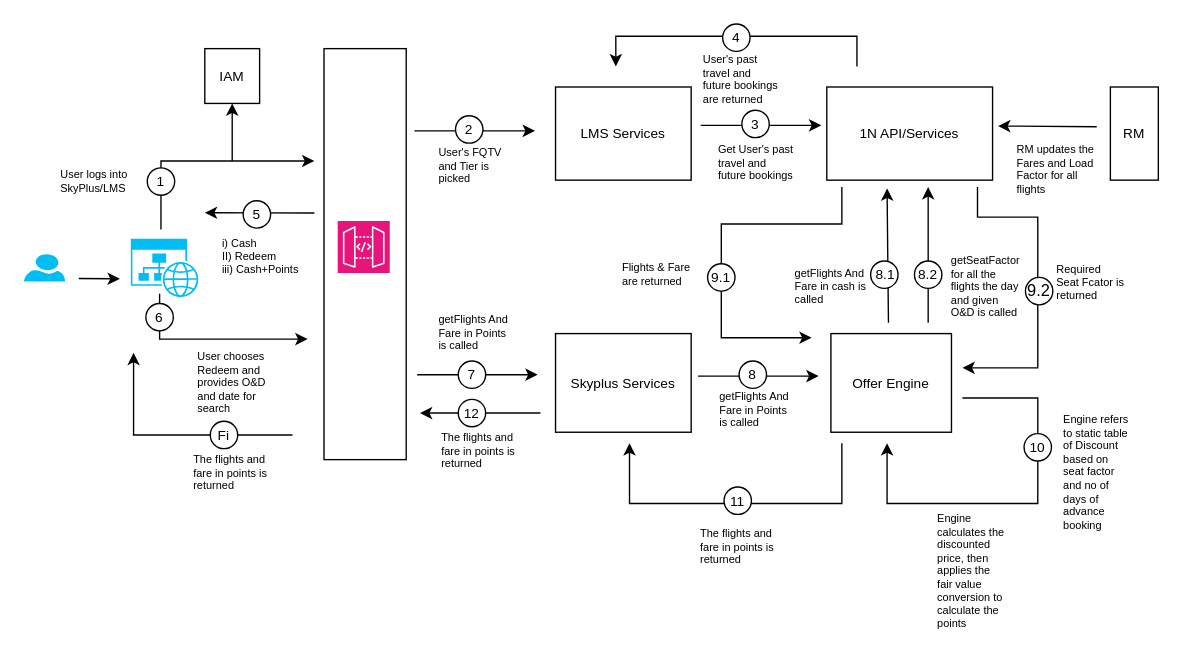
Earlier version of the draw.io diagram page "Page-1" (1 of 2) of Copy of LM Data Flow.drawio (nchauhan4/drawings). Source tidied: cells renumbered, new cells numbered last; positions are measured from the earlier drawing's top-left corner, leaving out a move shared by most shapes. Both pictures are drawn from the tidied source at 137%, with x=0, y=0 at pixel (23, 23).
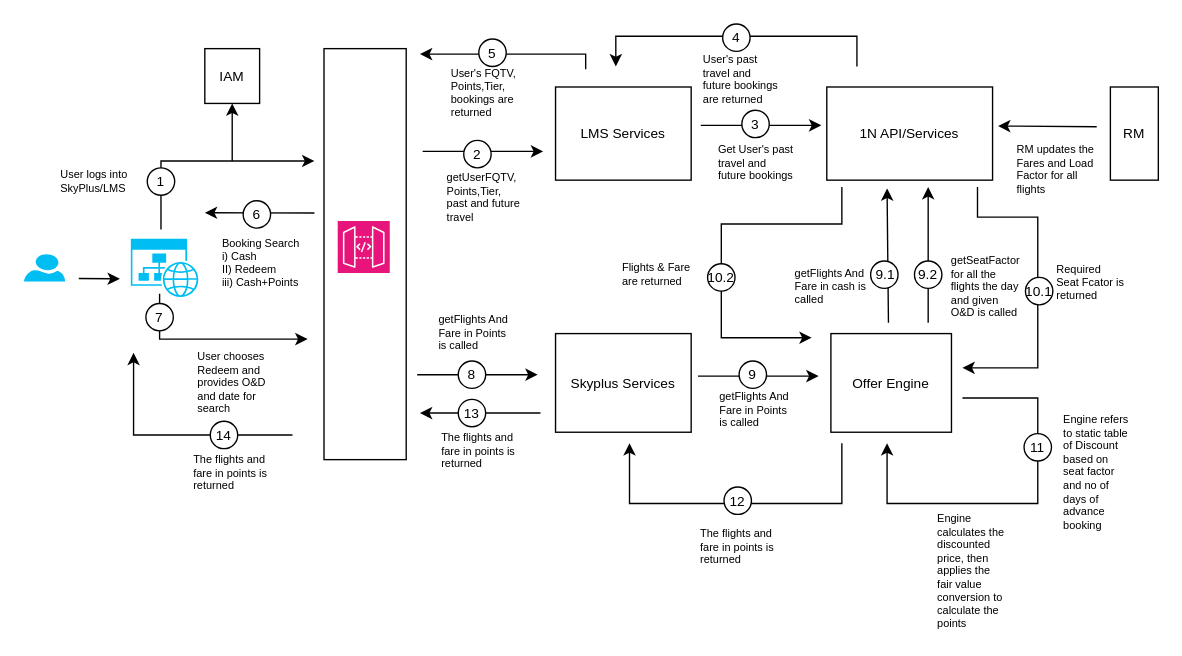
Above is the later version.

Diff of the diagram source:
```diff
@@
-    <mxCell id="9" value="i) Cash&lt;br&gt;II) Redeem&lt;br&gt;iii) Cash+Points" style="text;html=1;strokeColor=none;fillColor=none;align=left;verticalAlign=top;whiteSpace=wrap;rounded=0;fontSize=8;" parent="1" vertex="1">
+    <mxCell id="9" value="Booking Search&lt;br&gt;i) Cash&lt;br&gt;II) Redeem&lt;br&gt;iii) Cash+Points" style="text;html=1;strokeColor=none;fillColor=none;align=left;verticalAlign=top;whiteSpace=wrap;rounded=0;fontSize=8;" parent="1" vertex="1">
       <mxGeometry x="142.5" y="149" width="58.5" height="47" as="geometry" />
     </mxCell>
@@
-    <mxCell id="14" value="&lt;font style=&quot;font-size: 10px;&quot;&gt;5&lt;/font&gt;" style="text;html=1;strokeColor=none;fillColor=none;align=center;verticalAlign=middle;whiteSpace=wrap;rounded=0;" parent="1" vertex="1">
+    <mxCell id="14" value="&lt;font style=&quot;font-size: 10px;&quot;&gt;6&lt;/font&gt;" style="text;html=1;strokeColor=none;fillColor=none;align=center;verticalAlign=middle;whiteSpace=wrap;rounded=0;" parent="1" vertex="1">
       <mxGeometry x="155" y="129" width="30" height="20" as="geometry" />
     </mxCell>
@@
-    <mxCell id="20" value="&lt;font style=&quot;font-size: 10px;&quot;&gt;6&lt;/font&gt;" style="text;html=1;strokeColor=none;fillColor=none;align=center;verticalAlign=middle;whiteSpace=wrap;rounded=0;" parent="1" vertex="1">
+    <mxCell id="20" value="&lt;font style=&quot;font-size: 10px;&quot;&gt;7&lt;/font&gt;" style="text;html=1;strokeColor=none;fillColor=none;align=center;verticalAlign=middle;whiteSpace=wrap;rounded=0;" parent="1" vertex="1">
       <mxGeometry x="84" y="204" width="30" height="20" as="geometry" />
     </mxCell>
@@
     <mxCell id="25" style="endArrow=classic;html=1;rounded=0;" parent="1" edge="1">
       <mxGeometry relative="1" as="geometry">
-        <mxPoint x="285" y="78" as="sourcePoint" />
-        <mxPoint x="373" y="78" as="targetPoint" />
+        <mxPoint x="291" y="93" as="sourcePoint" />
+        <mxPoint x="379" y="93" as="targetPoint" />
       </mxGeometry>
     </mxCell>
@@
     <mxCell id="27" style="ellipse;whiteSpace=wrap;html=1;" parent="1" vertex="1">
-      <mxGeometry x="315" y="67" width="20" height="20" as="geometry" />
+      <mxGeometry x="321" y="85" width="20" height="20" as="geometry" />
     </mxCell>
     <mxCell id="28" value="&lt;font style=&quot;font-size: 10px;&quot;&gt;2&lt;/font&gt;" style="text;html=1;strokeColor=none;fillColor=none;align=center;verticalAlign=middle;whiteSpace=wrap;rounded=0;" parent="1" vertex="1">
-      <mxGeometry x="310" y="67" width="30" height="20" as="geometry" />
+      <mxGeometry x="316" y="85" width="30" height="20" as="geometry" />
     </mxCell>
-    <mxCell id="29" value="User's FQTV and Tier is picked" style="text;html=1;strokeColor=none;fillColor=none;align=left;verticalAlign=top;whiteSpace=wrap;rounded=0;fontSize=8;" parent="1" vertex="1">
-      <mxGeometry x="300.8" y="83" width="58.5" height="33" as="geometry" />
+    <mxCell id="29" value="getUserFQTV, Points,Tier, past and future travel" style="text;html=1;strokeColor=none;fillColor=none;align=left;verticalAlign=top;whiteSpace=wrap;rounded=0;fontSize=8;" parent="1" vertex="1">
+      <mxGeometry x="306.8" y="101" width="58.5" height="53" as="geometry" />
     </mxCell>
@@
-    <mxCell id="33" value="&lt;span style=&quot;font-size: 10px;&quot;&gt;8&lt;/span&gt;" style="text;html=1;strokeColor=none;fillColor=none;align=center;verticalAlign=middle;whiteSpace=wrap;rounded=0;" parent="1" vertex="1">
+    <mxCell id="33" value="&lt;span style=&quot;font-size: 10px;&quot;&gt;9&lt;/span&gt;" style="text;html=1;strokeColor=none;fillColor=none;align=center;verticalAlign=middle;whiteSpace=wrap;rounded=0;" parent="1" vertex="1">
       <mxGeometry x="517" y="246" width="30" height="20" as="geometry" />
     </mxCell>
@@
-    <mxCell id="37" value="&lt;font style=&quot;font-size: 10px;&quot;&gt;7&lt;/font&gt;" style="text;html=1;strokeColor=none;fillColor=none;align=center;verticalAlign=middle;whiteSpace=wrap;rounded=0;" parent="1" vertex="1">
+    <mxCell id="37" value="&lt;font style=&quot;font-size: 10px;&quot;&gt;8&lt;/font&gt;" style="text;html=1;strokeColor=none;fillColor=none;align=center;verticalAlign=middle;whiteSpace=wrap;rounded=0;" parent="1" vertex="1">
       <mxGeometry x="312" y="246" width="30" height="20" as="geometry" />
     </mxCell>
@@
-    <mxCell id="48" value="&lt;span style=&quot;font-size: 10px;&quot;&gt;8.1&lt;/span&gt;" style="text;html=1;strokeColor=none;fillColor=none;align=center;verticalAlign=middle;whiteSpace=wrap;rounded=0;" parent="1" vertex="1">
+    <mxCell id="48" value="&lt;span style=&quot;font-size: 10px;&quot;&gt;9.1&lt;/span&gt;" style="text;html=1;strokeColor=none;fillColor=none;align=center;verticalAlign=middle;whiteSpace=wrap;rounded=0;" parent="1" vertex="1">
       <mxGeometry x="614" y="173" width="30" height="20" as="geometry" />
     </mxCell>
@@
-    <mxCell id="51" value="&lt;span style=&quot;font-size: 10px;&quot;&gt;8.2&lt;/span&gt;" style="text;html=1;strokeColor=none;fillColor=none;align=center;verticalAlign=middle;whiteSpace=wrap;rounded=0;" parent="1" vertex="1">
+    <mxCell id="51" value="&lt;span style=&quot;font-size: 10px;&quot;&gt;9.2&lt;/span&gt;" style="text;html=1;strokeColor=none;fillColor=none;align=center;verticalAlign=middle;whiteSpace=wrap;rounded=0;" parent="1" vertex="1">
       <mxGeometry x="645" y="173" width="30" height="20" as="geometry" />
     </mxCell>
@@
-    <mxCell id="55" value="&lt;font style=&quot;font-size: 10px;&quot;&gt;9.1&lt;/font&gt;" style="text;html=1;strokeColor=none;fillColor=none;align=center;verticalAlign=middle;whiteSpace=wrap;rounded=0;" parent="1" vertex="1">
+    <mxCell id="55" value="&lt;font style=&quot;font-size: 10px;&quot;&gt;10.2&lt;/font&gt;" style="text;html=1;strokeColor=none;fillColor=none;align=center;verticalAlign=middle;whiteSpace=wrap;rounded=0;" parent="1" vertex="1">
       <mxGeometry x="494" y="175" width="30" height="20" as="geometry" />
     </mxCell>
@@
-    <mxCell id="57" value="9.2" style="ellipse;whiteSpace=wrap;html=1;" parent="1" vertex="1">
+    <mxCell id="57" value="&lt;font style=&quot;font-size: 10px;&quot;&gt;10.1&lt;/font&gt;" style="ellipse;whiteSpace=wrap;html=1;" parent="1" vertex="1">
       <mxGeometry x="731" y="185" width="20" height="20" as="geometry" />
     </mxCell>
@@
-    <mxCell id="61" value="&lt;font style=&quot;font-size: 10px;&quot;&gt;10&lt;/font&gt;" style="text;html=1;strokeColor=none;fillColor=none;align=center;verticalAlign=middle;whiteSpace=wrap;rounded=0;" parent="1" vertex="1">
+    <mxCell id="61" value="&lt;font style=&quot;font-size: 10px;&quot;&gt;11&lt;/font&gt;" style="text;html=1;strokeColor=none;fillColor=none;align=center;verticalAlign=middle;whiteSpace=wrap;rounded=0;" parent="1" vertex="1">
       <mxGeometry x="725" y="299" width="30" height="20" as="geometry" />
     </mxCell>
@@
-    <mxCell id="70" value="&lt;font style=&quot;font-size: 10px;&quot;&gt;11&lt;/font&gt;" style="text;html=1;strokeColor=none;fillColor=none;align=center;verticalAlign=middle;whiteSpace=wrap;rounded=0;" parent="1" vertex="1">
+    <mxCell id="70" value="&lt;font style=&quot;font-size: 10px;&quot;&gt;12&lt;/font&gt;" style="text;html=1;strokeColor=none;fillColor=none;align=center;verticalAlign=middle;whiteSpace=wrap;rounded=0;" parent="1" vertex="1">
       <mxGeometry x="506" y="338" width="30" height="20" as="geometry" />
     </mxCell>
@@
-    <mxCell id="74" value="&lt;font style=&quot;font-size: 10px;&quot;&gt;12&lt;/font&gt;" style="text;html=1;strokeColor=none;fillColor=none;align=center;verticalAlign=middle;whiteSpace=wrap;rounded=0;" parent="1" vertex="1">
+    <mxCell id="74" value="&lt;font style=&quot;font-size: 10px;&quot;&gt;13&lt;/font&gt;" style="text;html=1;strokeColor=none;fillColor=none;align=center;verticalAlign=middle;whiteSpace=wrap;rounded=0;" parent="1" vertex="1">
       <mxGeometry x="312" y="274" width="30" height="20" as="geometry" />
     </mxCell>
@@
-    <mxCell id="78" value="&lt;font style=&quot;font-size: 10px;&quot;&gt;Fi&lt;/font&gt;" style="text;html=1;strokeColor=none;fillColor=none;align=center;verticalAlign=middle;whiteSpace=wrap;rounded=0;" parent="1" vertex="1">
+    <mxCell id="78" value="&lt;font style=&quot;font-size: 10px;&quot;&gt;14&lt;/font&gt;" style="text;html=1;strokeColor=none;fillColor=none;align=center;verticalAlign=middle;whiteSpace=wrap;rounded=0;" parent="1" vertex="1">
       <mxGeometry x="131" y="290" width="30" height="20" as="geometry" />
     </mxCell>
@@
+    <mxCell id="80" style="endArrow=classic;html=1;rounded=0;" parent="1" edge="1">
+      <mxGeometry relative="1" as="geometry">
+        <mxPoint x="410" y="33" as="sourcePoint" />
+        <mxPoint x="289" y="22" as="targetPoint" />
+        <Array as="points">
+          <mxPoint x="410" y="22" />
+        </Array>
+      </mxGeometry>
+    </mxCell>
+    <mxCell id="81" value="User's FQTV, Points,Tier, bookings are returned" style="text;html=1;strokeColor=none;fillColor=none;align=left;verticalAlign=top;whiteSpace=wrap;rounded=0;fontSize=8;" parent="1" vertex="1">
+      <mxGeometry x="310" y="25" width="58.5" height="52" as="geometry" />
+    </mxCell>
+    <mxCell id="82" style="ellipse;whiteSpace=wrap;html=1;" parent="1" vertex="1">
+      <mxGeometry x="332" y="11" width="20" height="20" as="geometry" />
+    </mxCell>
+    <mxCell id="83" value="&lt;font style=&quot;font-size: 10px;&quot;&gt;5&lt;/font&gt;" style="text;html=1;strokeColor=none;fillColor=none;align=center;verticalAlign=middle;whiteSpace=wrap;rounded=0;" parent="1" vertex="1">
+      <mxGeometry x="327" y="11" width="30" height="20" as="geometry" />
+    </mxCell>
```
